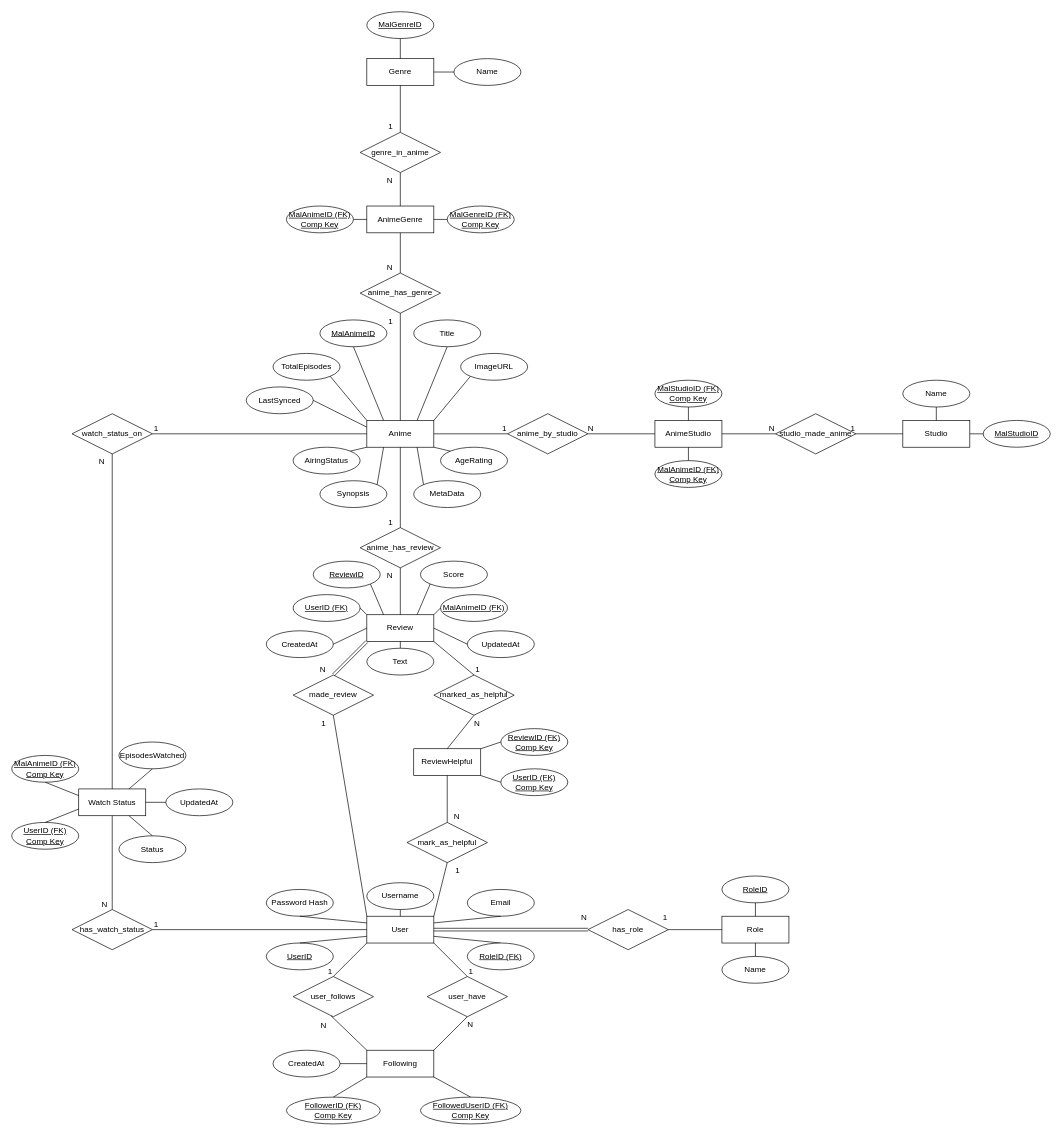
Earlier version of the draw.io diagram ER-diagram.drawio (C4ndyFl4mes/my-anime-review-api). Source tidied: cells renumbered, new cells numbered last; positions are measured from the earlier drawing's top-left corner, leaving out a move shared by most shapes. Both pictures are drawn from the tidied source at 67%, with x=0, y=0 at pixel (11, 11).
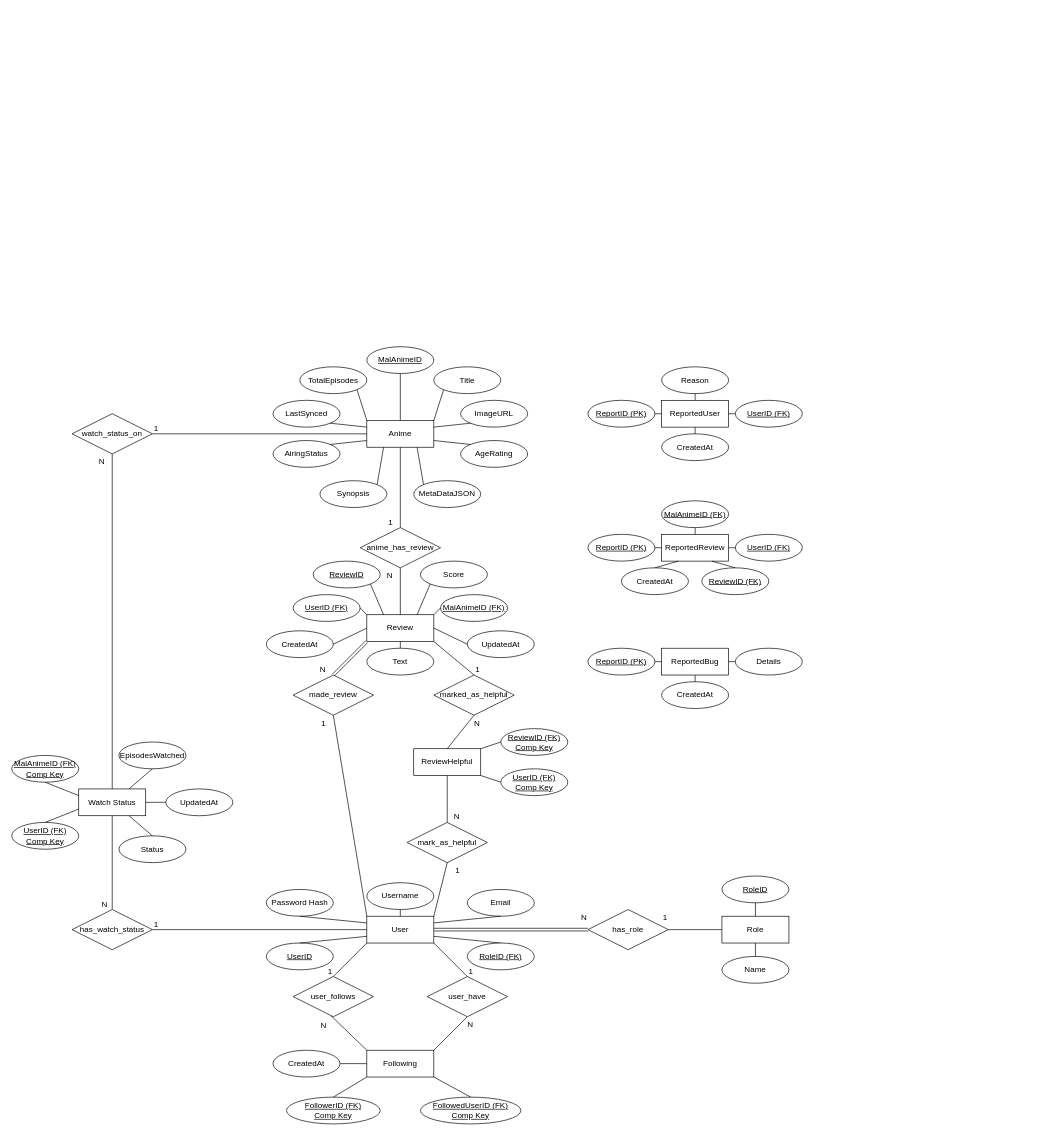
Above is the later version.

Commit message (it also covers changes not shown here):
Changed the ER-diagram where genres and studios will only be displayed (moved to MetaDataJSON). Added three entities for reports: ReportedUser, ReportedReview, and ReportedBug.

Unchanged cells that the change refers to:
```xml
<mxCell id="4" value="Anime" style="whiteSpace=wrap;html=1;align=center;" parent="1" vertex="1">
  <mxGeometry x="530" y="610" width="100" height="40" as="geometry" />
</mxCell>
```

What changed in the source:
```diff
@@
     <mxCell id="17" value="MalAnimeID" style="ellipse;whiteSpace=wrap;html=1;align=center;fontStyle=4;" parent="1" vertex="1">
-      <mxGeometry x="460" y="460" width="100" height="40" as="geometry" />
+      <mxGeometry x="530" y="500" width="100" height="40" as="geometry" />
     </mxCell>
@@
-    <mxCell id="65" style="endArrow=none;html=1;rounded=0;exitX=0.5;exitY=1;exitDx=0;exitDy=0;entryX=0.25;entryY=0;entryDx=0;entryDy=0;" parent="1" edge="1" source="17" target="4">
+    <mxCell id="65" style="endArrow=none;html=1;rounded=0;exitX=0.5;exitY=1;exitDx=0;exitDy=0;entryX=0.5;entryY=0;entryDx=0;entryDy=0;" parent="1" edge="1" source="17" target="4">
       <mxGeometry relative="1" as="geometry" />
     </mxCell>
@@
     <mxCell id="102" value="Title" style="ellipse;whiteSpace=wrap;html=1;align=center;" parent="1" vertex="1">
-      <mxGeometry x="600" y="460" width="100" height="40" as="geometry" />
+      <mxGeometry x="630" y="530" width="100" height="40" as="geometry" />
     </mxCell>
     <mxCell id="103" value="ImageURL" style="ellipse;whiteSpace=wrap;html=1;align=center;" parent="1" vertex="1">
-      <mxGeometry x="670" y="510" width="100" height="40" as="geometry" />
+      <mxGeometry x="670" y="580" width="100" height="40" as="geometry" />
     </mxCell>
     <mxCell id="104" value="LastSynced" style="ellipse;whiteSpace=wrap;html=1;align=center;" parent="1" vertex="1">
-      <mxGeometry x="350" y="560" width="100" height="40" as="geometry" />
+      <mxGeometry x="390" y="580" width="100" height="40" as="geometry" />
     </mxCell>
     <mxCell id="105" value="TotalEpisodes" style="ellipse;whiteSpace=wrap;html=1;align=center;" parent="1" vertex="1">
-      <mxGeometry x="390" y="510" width="100" height="40" as="geometry" />
+      <mxGeometry x="430" y="530" width="100" height="40" as="geometry" />
     </mxCell>
     <mxCell id="106" value="AiringStatus" style="ellipse;whiteSpace=wrap;html=1;align=center;" parent="1" vertex="1">
-      <mxGeometry x="420" y="650" width="100" height="40" as="geometry" />
+      <mxGeometry x="390" y="640" width="100" height="40" as="geometry" />
     </mxCell>
@@
     <mxCell id="108" value="AgeRating" style="ellipse;whiteSpace=wrap;html=1;align=center;" parent="1" vertex="1">
-      <mxGeometry x="640" y="650" width="100" height="40" as="geometry" />
+      <mxGeometry x="670" y="640" width="100" height="40" as="geometry" />
     </mxCell>
-    <mxCell id="109" value="MetaData" style="ellipse;whiteSpace=wrap;html=1;align=center;" parent="1" vertex="1">
+    <mxCell id="109" value="MetaDataJSON" style="ellipse;whiteSpace=wrap;html=1;align=center;" parent="1" vertex="1">
       <mxGeometry x="600" y="700" width="100" height="40" as="geometry" />
     </mxCell>
-    <mxCell id="110" value="Genre" style="whiteSpace=wrap;html=1;align=center;" parent="1" vertex="1">
-      <mxGeometry x="530" y="70" width="100" height="40" as="geometry" />
-    </mxCell>
-    <mxCell id="111" value="Studio" style="whiteSpace=wrap;html=1;align=center;" parent="1" vertex="1">
-      <mxGeometry x="1330" y="610" width="100" height="40" as="geometry" />
-    </mxCell>
-    <mxCell id="112" value="MalGenreID" style="ellipse;whiteSpace=wrap;html=1;align=center;fontStyle=4;" parent="1" vertex="1">
-      <mxGeometry x="530" width="100" height="40" as="geometry" />
-    </mxCell>
-    <mxCell id="113" value="Name" style="ellipse;whiteSpace=wrap;html=1;align=center;" parent="1" vertex="1">
-      <mxGeometry x="660" y="70" width="100" height="40" as="geometry" />
-    </mxCell>
-    <mxCell id="114" value="AnimeGenre" style="whiteSpace=wrap;html=1;align=center;" parent="1" vertex="1">
-      <mxGeometry x="530" y="290" width="100" height="40" as="geometry" />
-    </mxCell>
-    <mxCell id="115" value="genre_in_anime" style="shape=rhombus;perimeter=rhombusPerimeter;whiteSpace=wrap;html=1;align=center;" parent="1" vertex="1">
-      <mxGeometry x="520" y="180" width="120" height="60" as="geometry" />
-    </mxCell>
-    <mxCell id="116" value="anime_has_genre" style="shape=rhombus;perimeter=rhombusPerimeter;whiteSpace=wrap;html=1;align=center;" parent="1" vertex="1">
-      <mxGeometry x="520" y="390" width="120" height="60" as="geometry" />
-    </mxCell>
-    <mxCell id="117" style="endArrow=none;html=1;rounded=0;exitX=0.5;exitY=1;exitDx=0;exitDy=0;entryX=0.5;entryY=0;entryDx=0;entryDy=0;" parent="1" edge="1" source="110" target="115">
-      <mxGeometry relative="1" as="geometry" />
-    </mxCell>
-    <mxCell id="118" value="1" style="html=1;whiteSpace=wrap;align=right;verticalAlign=bottom;" parent="117" vertex="1">
-      <mxGeometry x="1" relative="1" as="geometry">
-        <mxPoint x="-10" as="offset" />
-      </mxGeometry>
-    </mxCell>
-    <mxCell id="119" style="endArrow=none;html=1;rounded=0;entryX=0.5;entryY=1;entryDx=0;entryDy=0;exitX=0.5;exitY=0;exitDx=0;exitDy=0;" parent="1" edge="1" source="114" target="115">
-      <mxGeometry relative="1" as="geometry" />
-    </mxCell>
-    <mxCell id="120" value="N" style="html=1;whiteSpace=wrap;align=right;verticalAlign=bottom;" parent="119" vertex="1">
-      <mxGeometry x="1" relative="1" as="geometry">
-        <mxPoint x="-10" y="20" as="offset" />
-      </mxGeometry>
-    </mxCell>
-    <mxCell id="121" style="endArrow=none;html=1;rounded=0;entryX=0.5;entryY=1;entryDx=0;entryDy=0;exitX=0.5;exitY=0;exitDx=0;exitDy=0;" parent="1" edge="1" source="4" target="116">
-      <mxGeometry relative="1" as="geometry" />
-    </mxCell>
-    <mxCell id="122" value="1" style="html=1;whiteSpace=wrap;align=right;verticalAlign=bottom;" parent="121" vertex="1">
-      <mxGeometry x="1" relative="1" as="geometry">
-        <mxPoint x="-10" y="20" as="offset" />
-      </mxGeometry>
-    </mxCell>
-    <mxCell id="123" style="endArrow=none;html=1;rounded=0;entryX=0.5;entryY=0;entryDx=0;entryDy=0;exitX=0.5;exitY=1;exitDx=0;exitDy=0;" parent="1" edge="1" source="114" target="116">
-      <mxGeometry relative="1" as="geometry" />
-    </mxCell>
-    <mxCell id="124" value="N" style="html=1;whiteSpace=wrap;align=right;verticalAlign=bottom;" parent="123" vertex="1">
-      <mxGeometry x="1" relative="1" as="geometry">
-        <mxPoint x="-10" as="offset" />
-      </mxGeometry>
-    </mxCell>
-    <mxCell id="125" value="MalAnimeID (FK)&lt;div&gt;Comp Key&lt;/div&gt;" style="ellipse;whiteSpace=wrap;html=1;align=center;fontStyle=4;" parent="1" vertex="1">
-      <mxGeometry x="410" y="290" width="100" height="40" as="geometry" />
-    </mxCell>
-    <mxCell id="126" value="MalGenreID (FK)&lt;div&gt;Comp Key&lt;/div&gt;" style="ellipse;whiteSpace=wrap;html=1;align=center;fontStyle=4;" parent="1" vertex="1">
-      <mxGeometry x="650" y="290" width="100" height="40" as="geometry" />
-    </mxCell>
-    <mxCell id="127" value="Name" style="ellipse;whiteSpace=wrap;html=1;align=center;" parent="1" vertex="1">
-      <mxGeometry x="1330" y="550" width="100" height="40" as="geometry" />
-    </mxCell>
-    <mxCell id="128" value="anime_by_studio" style="shape=rhombus;perimeter=rhombusPerimeter;whiteSpace=wrap;html=1;align=center;" parent="1" vertex="1">
-      <mxGeometry x="740" y="600" width="120" height="60" as="geometry" />
-    </mxCell>
-    <mxCell id="129" value="AnimeStudio" style="whiteSpace=wrap;html=1;align=center;" parent="1" vertex="1">
-      <mxGeometry x="960" y="610" width="100" height="40" as="geometry" />
-    </mxCell>
-    <mxCell id="130" value="studio_made_anime" style="shape=rhombus;perimeter=rhombusPerimeter;whiteSpace=wrap;html=1;align=center;" parent="1" vertex="1">
-      <mxGeometry x="1140" y="600" width="120" height="60" as="geometry" />
-    </mxCell>
-    <mxCell id="131" style="endArrow=none;html=1;rounded=0;exitX=1;exitY=0.5;exitDx=0;exitDy=0;entryX=0;entryY=0.5;entryDx=0;entryDy=0;" parent="1" edge="1" source="4" target="128">
-      <mxGeometry relative="1" as="geometry" />
-    </mxCell>
-    <mxCell id="132" value="1" style="html=1;whiteSpace=wrap;align=right;verticalAlign=bottom;" parent="131" vertex="1">
-      <mxGeometry x="1" relative="1" as="geometry" />
-    </mxCell>
-    <mxCell id="133" style="endArrow=none;html=1;rounded=0;entryX=1;entryY=0.5;entryDx=0;entryDy=0;exitX=0;exitY=0.5;exitDx=0;exitDy=0;" parent="1" edge="1" source="129" target="128">
-      <mxGeometry relative="1" as="geometry" />
-    </mxCell>
-    <mxCell id="134" value="N" style="html=1;whiteSpace=wrap;align=right;verticalAlign=bottom;" parent="133" vertex="1">
-      <mxGeometry x="1" relative="1" as="geometry">
-        <mxPoint x="10" as="offset" />
-      </mxGeometry>
-    </mxCell>
-    <mxCell id="135" style="endArrow=none;html=1;rounded=0;exitX=0;exitY=0.5;exitDx=0;exitDy=0;entryX=1;entryY=0.5;entryDx=0;entryDy=0;" parent="1" edge="1" source="111" target="130">
-      <mxGeometry relative="1" as="geometry" />
-    </mxCell>
-    <mxCell id="136" value="1" style="html=1;whiteSpace=wrap;align=right;verticalAlign=bottom;" parent="135" vertex="1">
-      <mxGeometry x="1" relative="1" as="geometry" />
-    </mxCell>
-    <mxCell id="137" style="endArrow=none;html=1;rounded=0;exitX=1;exitY=0.5;exitDx=0;exitDy=0;entryX=0;entryY=0.5;entryDx=0;entryDy=0;" parent="1" edge="1" source="129" target="130">
-      <mxGeometry relative="1" as="geometry" />
-    </mxCell>
-    <mxCell id="138" value="N" style="html=1;whiteSpace=wrap;align=right;verticalAlign=bottom;" parent="137" vertex="1">
-      <mxGeometry x="1" relative="1" as="geometry" />
-    </mxCell>
-    <mxCell id="139" value="MalStudioID (FK)&lt;div&gt;Comp Key&lt;/div&gt;" style="ellipse;whiteSpace=wrap;html=1;align=center;fontStyle=4;" parent="1" vertex="1">
-      <mxGeometry x="960" y="550" width="100" height="40" as="geometry" />
-    </mxCell>
-    <mxCell id="140" value="MalAnimeID (FK)&lt;div&gt;Comp Key&lt;/div&gt;" style="ellipse;whiteSpace=wrap;html=1;align=center;fontStyle=4;" parent="1" vertex="1">
-      <mxGeometry x="960" y="670" width="100" height="40" as="geometry" />
-    </mxCell>
@@
-    <mxCell id="142" style="endArrow=none;html=1;rounded=0;exitX=1;exitY=0.5;exitDx=0;exitDy=0;entryX=0;entryY=0.25;entryDx=0;entryDy=0;" parent="1" edge="1" source="104" target="4">
+    <mxCell id="142" style="endArrow=none;html=1;rounded=0;exitX=1;exitY=1;exitDx=0;exitDy=0;entryX=0;entryY=0.25;entryDx=0;entryDy=0;" parent="1" edge="1" source="104" target="4">
       <mxGeometry relative="1" as="geometry" />
     </mxCell>
-    <mxCell id="143" style="endArrow=none;html=1;rounded=0;exitX=0.5;exitY=1;exitDx=0;exitDy=0;entryX=0.75;entryY=0;entryDx=0;entryDy=0;" parent="1" edge="1" source="102" target="4">
+    <mxCell id="143" style="endArrow=none;html=1;rounded=0;exitX=0;exitY=1;exitDx=0;exitDy=0;entryX=1;entryY=0;entryDx=0;entryDy=0;" parent="1" edge="1" source="102" target="4">
       <mxGeometry relative="1" as="geometry" />
     </mxCell>
-    <mxCell id="144" style="endArrow=none;html=1;rounded=0;exitX=0;exitY=1;exitDx=0;exitDy=0;entryX=1;entryY=0;entryDx=0;entryDy=0;" parent="1" edge="1" source="103" target="4">
+    <mxCell id="144" style="endArrow=none;html=1;rounded=0;exitX=0;exitY=1;exitDx=0;exitDy=0;entryX=1;entryY=0.25;entryDx=0;entryDy=0;" parent="1" edge="1" source="103" target="4">
       <mxGeometry relative="1" as="geometry" />
     </mxCell>
-    <mxCell id="145" style="endArrow=none;html=1;rounded=0;exitX=1;exitY=1;exitDx=0;exitDy=0;entryX=0;entryY=0;entryDx=0;entryDy=0;" parent="1" edge="1" source="4" target="108">
+    <mxCell id="145" style="endArrow=none;html=1;rounded=0;exitX=1;exitY=0.75;exitDx=0;exitDy=0;entryX=0;entryY=0;entryDx=0;entryDy=0;" parent="1" edge="1" source="4" target="108">
       <mxGeometry relative="1" as="geometry" />
     </mxCell>
-    <mxCell id="146" style="endArrow=none;html=1;rounded=0;exitX=1;exitY=0;exitDx=0;exitDy=0;entryX=0;entryY=1;entryDx=0;entryDy=0;" parent="1" edge="1" source="106" target="4">
+    <mxCell id="146" style="endArrow=none;html=1;rounded=0;exitX=1;exitY=0;exitDx=0;exitDy=0;entryX=0;entryY=0.75;entryDx=0;entryDy=0;" parent="1" edge="1" source="106" target="4">
       <mxGeometry relative="1" as="geometry" />
     </mxCell>
@@
-    <mxCell id="149" style="endArrow=none;html=1;rounded=0;exitX=1;exitY=0.5;exitDx=0;exitDy=0;entryX=0;entryY=0.5;entryDx=0;entryDy=0;" parent="1" edge="1" source="125" target="114">
-      <mxGeometry relative="1" as="geometry" />
-    </mxCell>
-    <mxCell id="150" style="endArrow=none;html=1;rounded=0;exitX=1;exitY=0.5;exitDx=0;exitDy=0;entryX=0;entryY=0.5;entryDx=0;entryDy=0;" parent="1" edge="1" source="114" target="126">
-      <mxGeometry relative="1" as="geometry" />
-    </mxCell>
-    <mxCell id="151" style="endArrow=none;html=1;rounded=0;exitX=0.5;exitY=0;exitDx=0;exitDy=0;entryX=0.5;entryY=1;entryDx=0;entryDy=0;" parent="1" edge="1" source="110" target="112">
-      <mxGeometry relative="1" as="geometry" />
-    </mxCell>
-    <mxCell id="152" style="endArrow=none;html=1;rounded=0;exitX=1;exitY=0.5;exitDx=0;exitDy=0;entryX=0;entryY=0.5;entryDx=0;entryDy=0;" parent="1" edge="1" source="110" target="113">
-      <mxGeometry relative="1" as="geometry" />
-    </mxCell>
-    <mxCell id="153" style="endArrow=none;html=1;rounded=0;exitX=0.5;exitY=1;exitDx=0;exitDy=0;entryX=0.5;entryY=0;entryDx=0;entryDy=0;" parent="1" edge="1" source="129" target="140">
-      <mxGeometry relative="1" as="geometry" />
-    </mxCell>
-    <mxCell id="154" style="endArrow=none;html=1;rounded=0;exitX=0.5;exitY=1;exitDx=0;exitDy=0;entryX=0.5;entryY=0;entryDx=0;entryDy=0;" parent="1" edge="1" source="139" target="129">
-      <mxGeometry relative="1" as="geometry" />
-    </mxCell>
-    <mxCell id="155" style="endArrow=none;html=1;rounded=0;exitX=0.5;exitY=1;exitDx=0;exitDy=0;entryX=0.5;entryY=0;entryDx=0;entryDy=0;" parent="1" edge="1" source="127" target="111">
-      <mxGeometry relative="1" as="geometry" />
-    </mxCell>
-    <mxCell id="156" style="endArrow=none;html=1;rounded=0;exitX=1;exitY=0.5;exitDx=0;exitDy=0;entryX=0;entryY=0.5;entryDx=0;entryDy=0;" parent="1" edge="1" source="111" target="159">
-      <mxGeometry relative="1" as="geometry" />
-    </mxCell>
@@
-    <mxCell id="159" value="MalStudioID" style="ellipse;whiteSpace=wrap;html=1;align=center;fontStyle=4;" parent="1" vertex="1">
-      <mxGeometry x="1450" y="610" width="100" height="40" as="geometry" />
-    </mxCell>
+    <mxCell id="160" value="ReportedUser" style="whiteSpace=wrap;html=1;align=center;" parent="1" vertex="1">
+      <mxGeometry x="970" y="580" width="100" height="40" as="geometry" />
+    </mxCell>
+    <mxCell id="161" value="ReportedReview" style="whiteSpace=wrap;html=1;align=center;" parent="1" vertex="1">
+      <mxGeometry x="970" y="780" width="100" height="40" as="geometry" />
+    </mxCell>
+    <mxCell id="162" value="ReportedBug" style="whiteSpace=wrap;html=1;align=center;" parent="1" vertex="1">
+      <mxGeometry x="970" y="950" width="100" height="40" as="geometry" />
+    </mxCell>
+    <mxCell id="163" value="ReportID (PK)" style="ellipse;whiteSpace=wrap;html=1;align=center;fontStyle=4;" parent="1" vertex="1">
+      <mxGeometry x="860" y="780" width="100" height="40" as="geometry" />
+    </mxCell>
+    <mxCell id="164" value="MalAnimeID (FK)" style="ellipse;whiteSpace=wrap;html=1;align=center;fontStyle=4;" parent="1" vertex="1">
+      <mxGeometry x="970" y="730" width="100" height="40" as="geometry" />
+    </mxCell>
+    <mxCell id="165" value="UserID (FK)" style="ellipse;whiteSpace=wrap;html=1;align=center;fontStyle=4;" parent="1" vertex="1">
+      <mxGeometry x="1080" y="780" width="100" height="40" as="geometry" />
+    </mxCell>
+    <mxCell id="166" value="CreatedAt" style="ellipse;whiteSpace=wrap;html=1;align=center;" parent="1" vertex="1">
+      <mxGeometry x="910" y="830" width="100" height="40" as="geometry" />
+    </mxCell>
+    <mxCell id="167" value="ReviewID (FK)" style="ellipse;whiteSpace=wrap;html=1;align=center;fontStyle=4;" parent="1" vertex="1">
+      <mxGeometry x="1030" y="830" width="100" height="40" as="geometry" />
+    </mxCell>
+    <mxCell id="168" value="ReportID (PK)" style="ellipse;whiteSpace=wrap;html=1;align=center;fontStyle=4;" parent="1" vertex="1">
+      <mxGeometry x="860" y="580" width="100" height="40" as="geometry" />
+    </mxCell>
+    <mxCell id="169" value="UserID (FK)" style="ellipse;whiteSpace=wrap;html=1;align=center;fontStyle=4;" parent="1" vertex="1">
+      <mxGeometry x="1080" y="580" width="100" height="40" as="geometry" />
+    </mxCell>
+    <mxCell id="170" value="CreatedAt" style="ellipse;whiteSpace=wrap;html=1;align=center;" parent="1" vertex="1">
+      <mxGeometry x="970" y="630" width="100" height="40" as="geometry" />
+    </mxCell>
+    <mxCell id="171" value="Reason" style="ellipse;whiteSpace=wrap;html=1;align=center;" parent="1" vertex="1">
+      <mxGeometry x="970" y="530" width="100" height="40" as="geometry" />
+    </mxCell>
+    <mxCell id="172" value="ReportID (PK)" style="ellipse;whiteSpace=wrap;html=1;align=center;fontStyle=4;" parent="1" vertex="1">
+      <mxGeometry x="860" y="950" width="100" height="40" as="geometry" />
+    </mxCell>
+    <mxCell id="173" value="Details" style="ellipse;whiteSpace=wrap;html=1;align=center;" parent="1" vertex="1">
+      <mxGeometry x="1080" y="950" width="100" height="40" as="geometry" />
+    </mxCell>
+    <mxCell id="174" value="CreatedAt" style="ellipse;whiteSpace=wrap;html=1;align=center;" parent="1" vertex="1">
+      <mxGeometry x="970" y="1000" width="100" height="40" as="geometry" />
+    </mxCell>
+    <mxCell id="175" style="endArrow=none;html=1;rounded=0;exitX=1;exitY=0.5;exitDx=0;exitDy=0;entryX=0;entryY=0.5;entryDx=0;entryDy=0;" parent="1" edge="1" source="172" target="162">
+      <mxGeometry relative="1" as="geometry" />
+    </mxCell>
+    <mxCell id="176" style="endArrow=none;html=1;rounded=0;exitX=0.5;exitY=1;exitDx=0;exitDy=0;entryX=0.5;entryY=0;entryDx=0;entryDy=0;" parent="1" edge="1" source="162" target="174">
+      <mxGeometry relative="1" as="geometry" />
+    </mxCell>
+    <mxCell id="177" style="endArrow=none;html=1;rounded=0;exitX=1;exitY=0.5;exitDx=0;exitDy=0;entryX=0;entryY=0.5;entryDx=0;entryDy=0;" parent="1" edge="1" source="162" target="173">
+      <mxGeometry relative="1" as="geometry" />
+    </mxCell>
+    <mxCell id="178" style="endArrow=none;html=1;rounded=0;exitX=0.25;exitY=1;exitDx=0;exitDy=0;entryX=0.5;entryY=0;entryDx=0;entryDy=0;" parent="1" edge="1" source="161" target="166">
+      <mxGeometry relative="1" as="geometry" />
+    </mxCell>
+    <mxCell id="179" style="endArrow=none;html=1;rounded=0;exitX=0.75;exitY=1;exitDx=0;exitDy=0;entryX=0.5;entryY=0;entryDx=0;entryDy=0;" parent="1" edge="1" source="161" target="167">
+      <mxGeometry relative="1" as="geometry" />
+    </mxCell>
+    <mxCell id="180" style="endArrow=none;html=1;rounded=0;exitX=1;exitY=0.5;exitDx=0;exitDy=0;entryX=0;entryY=0.5;entryDx=0;entryDy=0;" parent="1" edge="1" source="163" target="161">
+      <mxGeometry relative="1" as="geometry" />
+    </mxCell>
+    <mxCell id="181" style="endArrow=none;html=1;rounded=0;exitX=0;exitY=0.5;exitDx=0;exitDy=0;entryX=1;entryY=0.5;entryDx=0;entryDy=0;" parent="1" edge="1" source="165" target="161">
+      <mxGeometry relative="1" as="geometry" />
+    </mxCell>
+    <mxCell id="182" style="endArrow=none;html=1;rounded=0;exitX=0.5;exitY=1;exitDx=0;exitDy=0;entryX=0.5;entryY=0;entryDx=0;entryDy=0;" parent="1" edge="1" source="164" target="161">
+      <mxGeometry relative="1" as="geometry" />
+    </mxCell>
+    <mxCell id="183" style="endArrow=none;html=1;rounded=0;exitX=1;exitY=0.5;exitDx=0;exitDy=0;entryX=0;entryY=0.5;entryDx=0;entryDy=0;" parent="1" edge="1" source="168" target="160">
+      <mxGeometry relative="1" as="geometry" />
+    </mxCell>
+    <mxCell id="184" style="endArrow=none;html=1;rounded=0;exitX=0.5;exitY=0;exitDx=0;exitDy=0;entryX=0.5;entryY=1;entryDx=0;entryDy=0;" parent="1" edge="1" source="170" target="160">
+      <mxGeometry relative="1" as="geometry" />
+    </mxCell>
+    <mxCell id="185" style="endArrow=none;html=1;rounded=0;exitX=1;exitY=0.5;exitDx=0;exitDy=0;entryX=0;entryY=0.5;entryDx=0;entryDy=0;" parent="1" edge="1" source="160" target="169">
+      <mxGeometry relative="1" as="geometry" />
+    </mxCell>
+    <mxCell id="186" style="endArrow=none;html=1;rounded=0;exitX=0.5;exitY=1;exitDx=0;exitDy=0;entryX=0.5;entryY=0;entryDx=0;entryDy=0;" parent="1" edge="1" source="171" target="160">
+      <mxGeometry relative="1" as="geometry" />
+    </mxCell>
```
